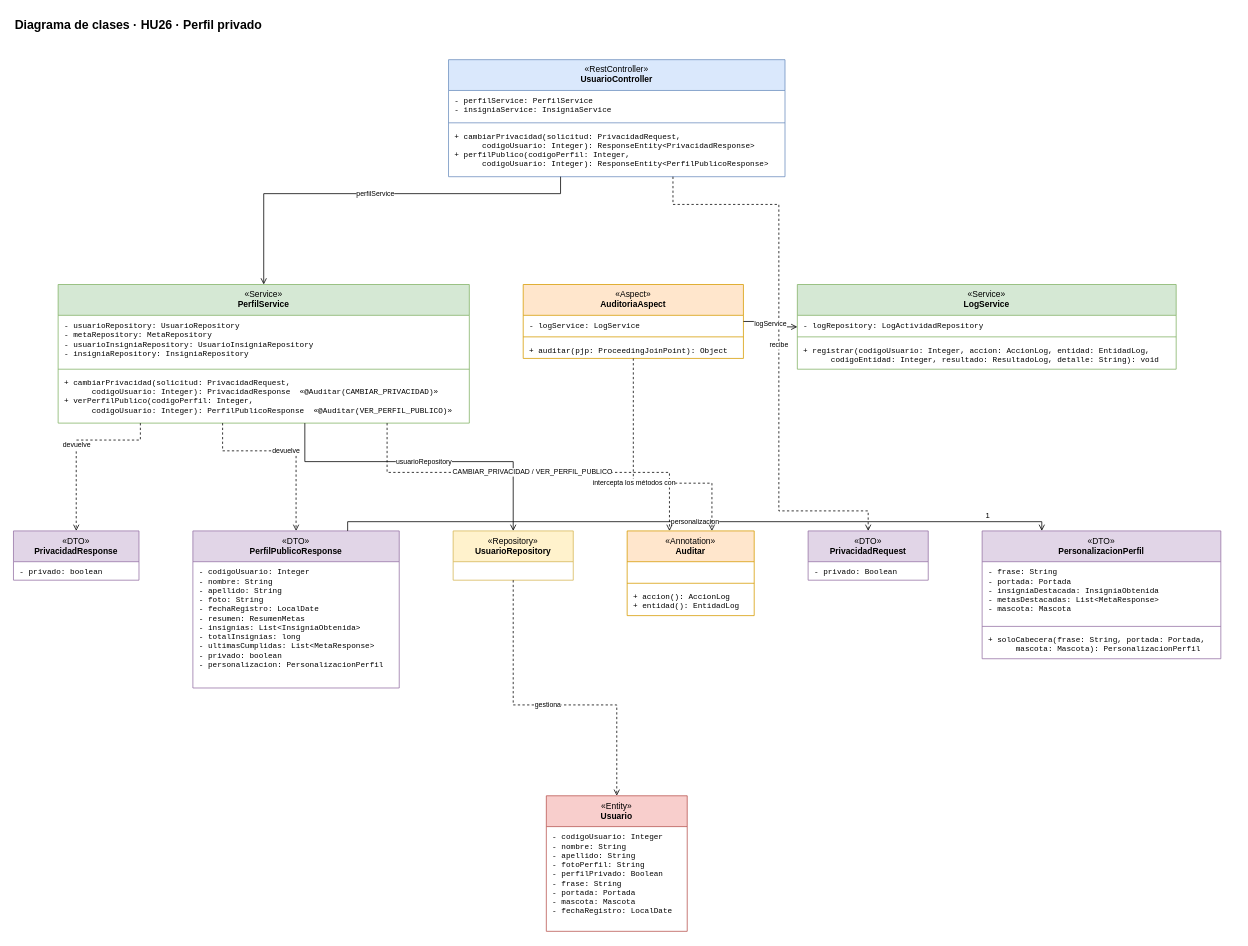
Before: docs/Diagramas/Clases/HU26_clases.drawio in FelipeBeltranING/metamorfosis, a draw.io diagram. Source tidied: cells renumbered, new cells numbered last; positions are measured from the earlier drawing's top-left corner, leaving out a move shared by most shapes. Both pictures are drawn from the tidied source at 77%, with x=0, y=0 at pixel (13, 13).
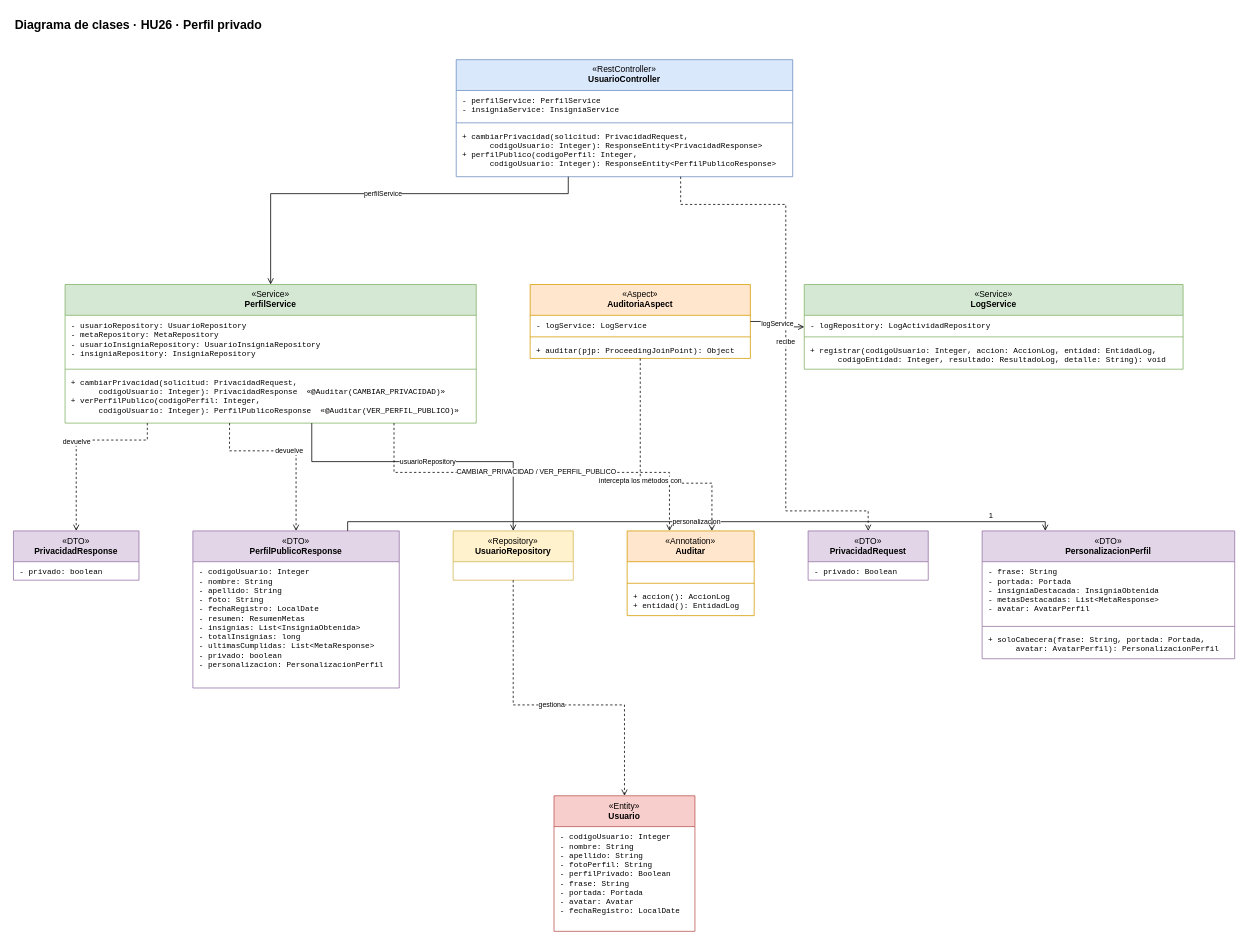
The same page after the edit.

The change refers to these unchanged cells:
```xml
<mxCell id="19" value="«DTO»&lt;br&gt;&lt;b&gt;PrivacidadResponse&lt;/b&gt;" style="swimlane;fontStyle=0;align=center;verticalAlign=top;horizontal=1;startSize=40;html=1;whiteSpace=wrap;fillColor=#e1d5e7;strokeColor=#9673a6;fontSize=11;" parent="1" vertex="1">
  <mxGeometry y="672" width="163" height="64" as="geometry" />
</mxCell>
<mxCell id="21" value="«DTO»&lt;br&gt;&lt;b&gt;PerfilPublicoResponse&lt;/b&gt;" style="swimlane;fontStyle=0;align=center;verticalAlign=top;horizontal=1;startSize=40;html=1;whiteSpace=wrap;fillColor=#e1d5e7;strokeColor=#9673a6;fontSize=11;" parent="1" vertex="1">
  <mxGeometry x="233" y="672" width="268" height="204" as="geometry" />
</mxCell>
<mxCell id="23" value="«Repository»&lt;br&gt;&lt;b&gt;UsuarioRepository&lt;/b&gt;" style="swimlane;fontStyle=0;align=center;verticalAlign=top;horizontal=1;startSize=40;html=1;whiteSpace=wrap;fillColor=#fff2cc;strokeColor=#d6b656;fontSize=11;" parent="1" vertex="1">
  <mxGeometry x="571" y="672" width="156" height="64" as="geometry" />
</mxCell>
<mxCell id="25" value="«Annotation»&lt;br&gt;&lt;b&gt;Auditar&lt;/b&gt;" style="swimlane;fontStyle=0;align=center;verticalAlign=top;horizontal=1;startSize=40;html=1;whiteSpace=wrap;fillColor=#ffe6cc;strokeColor=#d79b00;fontSize=11;" parent="1" vertex="1">
  <mxGeometry x="797" y="672" width="165" height="110" as="geometry" />
</mxCell>
<mxCell id="29" value="«DTO»&lt;br&gt;&lt;b&gt;PrivacidadRequest&lt;/b&gt;" style="swimlane;fontStyle=0;align=center;verticalAlign=top;horizontal=1;startSize=40;html=1;whiteSpace=wrap;fillColor=#e1d5e7;strokeColor=#9673a6;fontSize=11;" parent="1" vertex="1">
  <mxGeometry x="1032" y="672" width="156" height="64" as="geometry" />
</mxCell>
```

Change to the diagram source:
```diff
@@
     <mxCell id="2" value="&lt;b&gt;Diagrama de clases · HU26 · Perfil privado&lt;/b&gt;" style="text;html=1;align=left;verticalAlign=middle;fontSize=16;" parent="1" vertex="1">
-      <mxGeometry width="1568" height="30" as="geometry" />
+      <mxGeometry width="1586" height="30" as="geometry" />
     </mxCell>
     <mxCell id="3" value="«RestController»&lt;br&gt;&lt;b&gt;UsuarioController&lt;/b&gt;" style="swimlane;fontStyle=0;align=center;verticalAlign=top;horizontal=1;startSize=40;html=1;whiteSpace=wrap;fillColor=#dae8fc;strokeColor=#6c8ebf;fontSize=11;" parent="1" vertex="1">
-      <mxGeometry x="565" y="60" width="437" height="152" as="geometry" />
+      <mxGeometry x="575" y="60" width="437" height="152" as="geometry" />
     </mxCell>
@@
     <mxCell id="7" value="«Service»&lt;br&gt;&lt;b&gt;PerfilService&lt;/b&gt;" style="swimlane;fontStyle=0;align=center;verticalAlign=top;horizontal=1;startSize=40;html=1;whiteSpace=wrap;fillColor=#d5e8d4;strokeColor=#82b366;fontSize=11;" parent="1" vertex="1">
-      <mxGeometry x="58" y="352" width="534" height="180" as="geometry" />
+      <mxGeometry x="67" y="352" width="534" height="180" as="geometry" />
     </mxCell>
@@
     <mxCell id="11" value="«Aspect»&lt;br&gt;&lt;b&gt;AuditoriaAspect&lt;/b&gt;" style="swimlane;fontStyle=0;align=center;verticalAlign=top;horizontal=1;startSize=40;html=1;whiteSpace=wrap;fillColor=#ffe6cc;strokeColor=#d79b00;fontSize=11;" parent="1" vertex="1">
-      <mxGeometry x="662" y="352" width="286" height="96" as="geometry" />
+      <mxGeometry x="671" y="352" width="286" height="96" as="geometry" />
     </mxCell>
@@
     <mxCell id="15" value="«Service»&lt;br&gt;&lt;b&gt;LogService&lt;/b&gt;" style="swimlane;fontStyle=0;align=center;verticalAlign=top;horizontal=1;startSize=40;html=1;whiteSpace=wrap;fillColor=#d5e8d4;strokeColor=#82b366;fontSize=11;" parent="1" vertex="1">
-      <mxGeometry x="1018" y="352" width="492" height="110" as="geometry" />
+      <mxGeometry x="1027" y="352" width="492" height="110" as="geometry" />
     </mxCell>
@@
     <mxCell id="31" value="«DTO»&lt;br&gt;&lt;b&gt;PersonalizacionPerfil&lt;/b&gt;" style="swimlane;fontStyle=0;align=center;verticalAlign=top;horizontal=1;startSize=40;html=1;whiteSpace=wrap;fillColor=#e1d5e7;strokeColor=#9673a6;fontSize=11;" parent="1" vertex="1">
-      <mxGeometry x="1258" y="672" width="310" height="166" as="geometry" />
+      <mxGeometry x="1258" y="672" width="328" height="166" as="geometry" />
     </mxCell>
-    <mxCell id="32" value="- frase: String&lt;br&gt;- portada: Portada&lt;br&gt;- insigniaDestacada: InsigniaObtenida&lt;br&gt;- metasDestacadas: List&amp;lt;MetaResponse&amp;gt;&lt;br&gt;- mascota: Mascota" style="text;strokeColor=none;fillColor=none;align=left;verticalAlign=top;spacingLeft=6;spacingRight=4;spacingTop=2;overflow=hidden;html=1;whiteSpace=nowrap;fontSize=10;fontFamily=Courier New;" parent="31" vertex="1">
-      <mxGeometry y="40" width="310" height="80" as="geometry" />
+    <mxCell id="32" value="- frase: String&lt;br&gt;- portada: Portada&lt;br&gt;- insigniaDestacada: InsigniaObtenida&lt;br&gt;- metasDestacadas: List&amp;lt;MetaResponse&amp;gt;&lt;br&gt;- avatar: AvatarPerfil" style="text;strokeColor=none;fillColor=none;align=left;verticalAlign=top;spacingLeft=6;spacingRight=4;spacingTop=2;overflow=hidden;html=1;whiteSpace=nowrap;fontSize=10;fontFamily=Courier New;" parent="31" vertex="1">
+      <mxGeometry y="40" width="328" height="80" as="geometry" />
     </mxCell>
     <mxCell id="33" style="line;strokeWidth=1;fillColor=none;align=left;verticalAlign=middle;spacingTop=-1;spacingLeft=3;spacingRight=3;labelPosition=right;strokeColor=inherit;" parent="31" vertex="1">
-      <mxGeometry y="120" width="310" height="8" as="geometry" />
+      <mxGeometry y="120" width="328" height="8" as="geometry" />
     </mxCell>
-    <mxCell id="34" value="+ soloCabecera(frase: String, portada: Portada,&lt;br&gt;&amp;nbsp;&amp;nbsp;&amp;nbsp;&amp;nbsp;&amp;nbsp;&amp;nbsp;mascota: Mascota): PersonalizacionPerfil" style="text;strokeColor=none;fillColor=none;align=left;verticalAlign=top;spacingLeft=6;spacingRight=4;spacingTop=2;overflow=hidden;html=1;whiteSpace=nowrap;fontSize=10;fontFamily=Courier New;" parent="31" vertex="1">
-      <mxGeometry y="128" width="310" height="38" as="geometry" />
+    <mxCell id="34" value="+ soloCabecera(frase: String, portada: Portada,&lt;br&gt;&amp;nbsp;&amp;nbsp;&amp;nbsp;&amp;nbsp;&amp;nbsp;&amp;nbsp;avatar: AvatarPerfil): PersonalizacionPerfil" style="text;strokeColor=none;fillColor=none;align=left;verticalAlign=top;spacingLeft=6;spacingRight=4;spacingTop=2;overflow=hidden;html=1;whiteSpace=nowrap;fontSize=10;fontFamily=Courier New;" parent="31" vertex="1">
+      <mxGeometry y="128" width="328" height="38" as="geometry" />
     </mxCell>
     <mxCell id="35" value="«Entity»&lt;br&gt;&lt;b&gt;Usuario&lt;/b&gt;" style="swimlane;fontStyle=0;align=center;verticalAlign=top;horizontal=1;startSize=40;html=1;whiteSpace=wrap;fillColor=#f8cecc;strokeColor=#b85450;fontSize=11;" parent="1" vertex="1">
-      <mxGeometry x="692" y="1016" width="183" height="176" as="geometry" />
+      <mxGeometry x="702" y="1016" width="183" height="176" as="geometry" />
     </mxCell>
-    <mxCell id="36" value="- codigoUsuario: Integer&lt;br&gt;- nombre: String&lt;br&gt;- apellido: String&lt;br&gt;- fotoPerfil: String&lt;br&gt;- perfilPrivado: Boolean&lt;br&gt;- frase: String&lt;br&gt;- portada: Portada&lt;br&gt;- mascota: Mascota&lt;br&gt;- fechaRegistro: LocalDate" style="text;strokeColor=none;fillColor=none;align=left;verticalAlign=top;spacingLeft=6;spacingRight=4;spacingTop=2;overflow=hidden;html=1;whiteSpace=nowrap;fontSize=10;fontFamily=Courier New;" parent="35" vertex="1">
+    <mxCell id="36" value="- codigoUsuario: Integer&lt;br&gt;- nombre: String&lt;br&gt;- apellido: String&lt;br&gt;- fotoPerfil: String&lt;br&gt;- perfilPrivado: Boolean&lt;br&gt;- frase: String&lt;br&gt;- portada: Portada&lt;br&gt;- avatar: Avatar&lt;br&gt;- fechaRegistro: LocalDate" style="text;strokeColor=none;fillColor=none;align=left;verticalAlign=top;spacingLeft=6;spacingRight=4;spacingTop=2;overflow=hidden;html=1;whiteSpace=nowrap;fontSize=10;fontFamily=Courier New;" parent="35" vertex="1">
       <mxGeometry y="40" width="183" height="136" as="geometry" />
     </mxCell>
     <mxCell id="37" value="perfilService" style="endArrow=open;endFill=0;html=1;rounded=0;edgeStyle=orthogonalEdgeStyle;fontSize=9;labelBackgroundColor=#ffffff;exitX=0.333;exitY=1;exitDx=0;exitDy=0;entryX=0.500;entryY=0;entryDx=0;entryDy=0;" parent="1" edge="1" source="3" target="7">
       <mxGeometry relative="1" as="geometry">
         <Array as="points">
-          <mxPoint x="711" y="234" />
-          <mxPoint x="325" y="234" />
+          <mxPoint x="720" y="234" />
+          <mxPoint x="334" y="234" />
         </Array>
       </mxGeometry>
     </mxCell>
     <mxCell id="38" value="recibe" style="endArrow=open;endFill=0;dashed=1;html=1;rounded=0;edgeStyle=orthogonalEdgeStyle;fontSize=9;labelBackgroundColor=#ffffff;exitX=0.667;exitY=1;exitDx=0;exitDy=0;entryX=0.500;entryY=0;entryDx=0;entryDy=0;" parent="1" edge="1" source="3" target="29">
       <mxGeometry relative="1" as="geometry">
         <Array as="points">
-          <mxPoint x="857" y="248" />
-          <mxPoint x="994" y="248" />
-          <mxPoint x="994" y="646" />
+          <mxPoint x="866" y="248" />
+          <mxPoint x="1003" y="248" />
+          <mxPoint x="1003" y="646" />
           <mxPoint x="1110" y="646" />
         </Array>
       </mxGeometry>
     </mxCell>
     <mxCell id="39" value="devuelve" style="endArrow=open;endFill=0;dashed=1;html=1;rounded=0;edgeStyle=orthogonalEdgeStyle;fontSize=9;labelBackgroundColor=#ffffff;exitX=0.200;exitY=1;exitDx=0;exitDy=0;entryX=0.500;entryY=0;entryDx=0;entryDy=0;" parent="1" edge="1" source="7" target="19">
       <mxGeometry relative="1" as="geometry">
         <Array as="points">
-          <mxPoint x="165" y="554" />
+          <mxPoint x="174" y="554" />
           <mxPoint x="82" y="554" />
         </Array>
       </mxGeometry>
     </mxCell>
     <mxCell id="40" value="devuelve" style="endArrow=open;endFill=0;dashed=1;html=1;rounded=0;edgeStyle=orthogonalEdgeStyle;fontSize=9;labelBackgroundColor=#ffffff;exitX=0.400;exitY=1;exitDx=0;exitDy=0;entryX=0.500;entryY=0;entryDx=0;entryDy=0;" parent="1" edge="1" source="7" target="21">
       <mxGeometry relative="1" as="geometry">
         <Array as="points">
-          <mxPoint x="272" y="568" />
+          <mxPoint x="281" y="568" />
           <mxPoint x="367" y="568" />
         </Array>
       </mxGeometry>
     </mxCell>
     <mxCell id="41" value="personalizacion" style="endArrow=open;endFill=0;html=1;rounded=0;edgeStyle=orthogonalEdgeStyle;fontSize=9;labelBackgroundColor=#ffffff;exitX=0.75;exitY=0;exitDx=0;exitDy=0;entryX=0.25;entryY=0;entryDx=0;entryDy=0;" parent="1" edge="1" source="21" target="31">
       <mxGeometry relative="1" as="geometry">
         <Array as="points">
           <mxPoint x="434" y="660" />
-          <mxPoint x="1336" y="660" />
+          <mxPoint x="1340" y="660" />
         </Array>
       </mxGeometry>
     </mxCell>
@@
     <mxCell id="43" value="usuarioRepository" style="endArrow=open;endFill=0;html=1;rounded=0;edgeStyle=orthogonalEdgeStyle;fontSize=9;labelBackgroundColor=#ffffff;exitX=0.600;exitY=1;exitDx=0;exitDy=0;entryX=0.500;entryY=0;entryDx=0;entryDy=0;" parent="1" edge="1" source="7" target="23">
       <mxGeometry relative="1" as="geometry">
         <Array as="points">
-          <mxPoint x="379" y="582" />
+          <mxPoint x="388" y="582" />
           <mxPoint x="649" y="582" />
         </Array>
       </mxGeometry>
     </mxCell>
     <mxCell id="44" value="CAMBIAR_PRIVACIDAD / VER_PERFIL_PUBLICO" style="endArrow=open;endFill=0;dashed=1;html=1;rounded=0;edgeStyle=orthogonalEdgeStyle;fontSize=9;labelBackgroundColor=#ffffff;exitX=0.800;exitY=1;exitDx=0;exitDy=0;entryX=0.333;entryY=0;entryDx=0;entryDy=0;" parent="1" edge="1" source="7" target="25">
       <mxGeometry relative="1" as="geometry">
         <Array as="points">
-          <mxPoint x="485" y="596" />
+          <mxPoint x="494" y="596" />
           <mxPoint x="852" y="596" />
         </Array>
       </mxGeometry>
     </mxCell>
     <mxCell id="45" value="intercepta los métodos con" style="endArrow=open;endFill=0;dashed=1;html=1;rounded=0;edgeStyle=orthogonalEdgeStyle;fontSize=9;labelBackgroundColor=#ffffff;exitX=0.500;exitY=1;exitDx=0;exitDy=0;entryX=0.667;entryY=0;entryDx=0;entryDy=0;" parent="1" edge="1" source="11" target="25">
       <mxGeometry relative="1" as="geometry">
         <Array as="points">
-          <mxPoint x="805" y="610" />
+          <mxPoint x="814" y="610" />
           <mxPoint x="907" y="610" />
         </Array>
       </mxGeometry>
     </mxCell>
@@
     <mxCell id="47" value="gestiona" style="endArrow=open;endFill=0;dashed=1;html=1;rounded=0;edgeStyle=orthogonalEdgeStyle;fontSize=9;labelBackgroundColor=#ffffff;exitX=0.500;exitY=1;exitDx=0;exitDy=0;entryX=0.500;entryY=0;entryDx=0;entryDy=0;" parent="1" edge="1" source="23" target="35">
       <mxGeometry relative="1" as="geometry">
         <Array as="points">
           <mxPoint x="649" y="898" />
-          <mxPoint x="784" y="898" />
+          <mxPoint x="793" y="898" />
         </Array>
       </mxGeometry>
     </mxCell>
```
